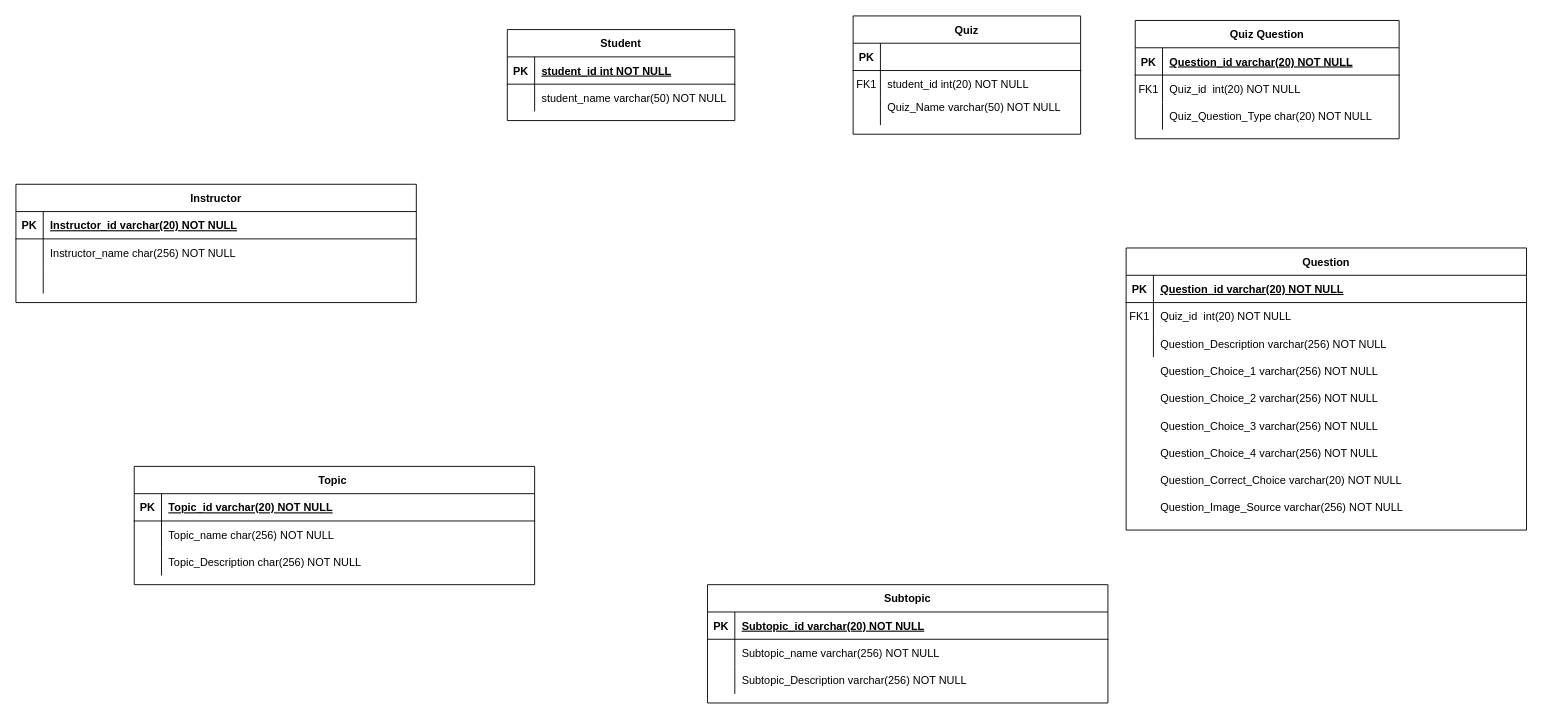
Before: Assessment_1.drawio in ahmadanwar93/SET-Day-20, a draw.io diagram. Source tidied: cells renumbered, new cells numbered last; positions are measured from the earlier drawing's top-left corner, leaving out a move shared by most shapes. Both pictures are drawn from the tidied source at 91%, with x=0, y=0 at pixel (15, 15).
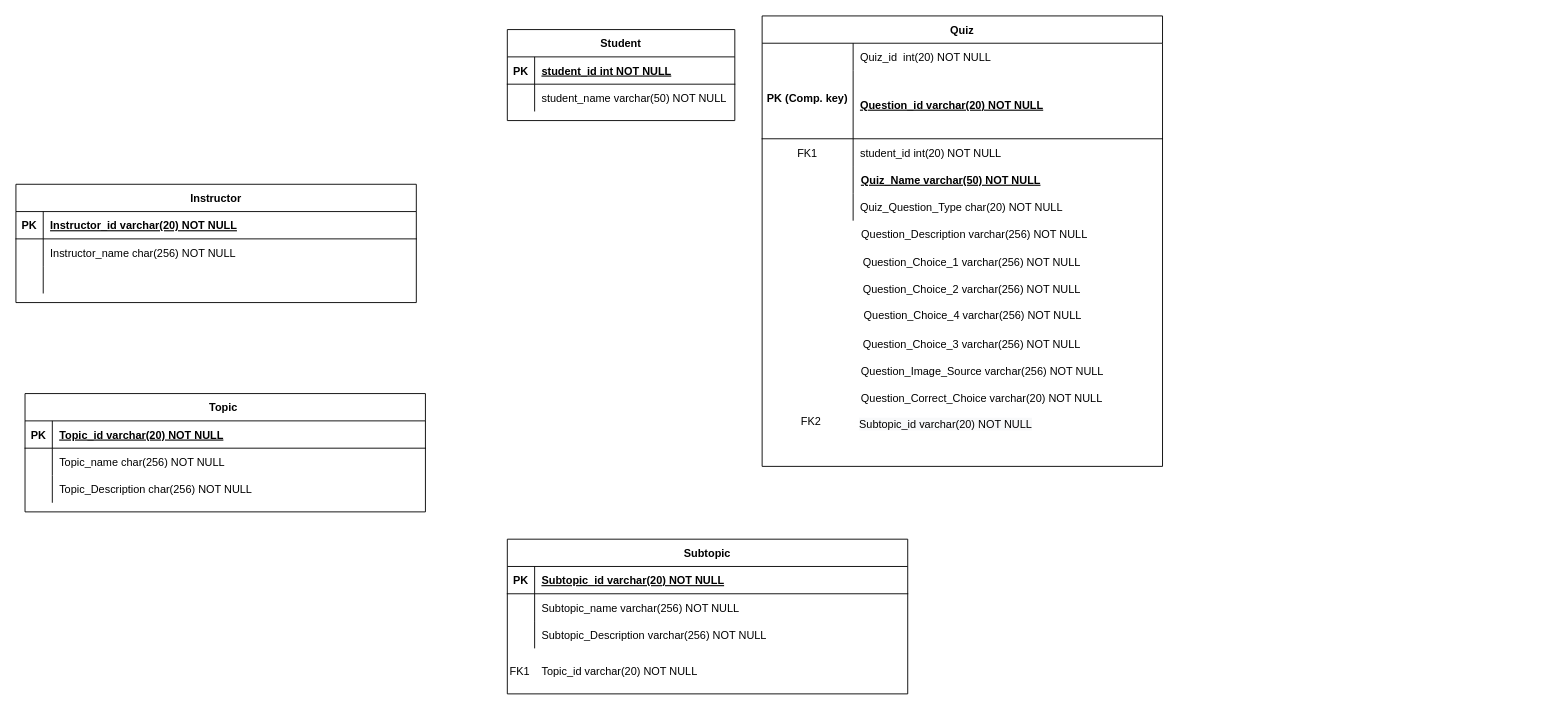
The same diagram, later.

Diff of the diagram source:
```diff
@@
     <mxCell id="2" value="Quiz" style="shape=table;startSize=30;childLayout=tableLayout;rowLines=0;fontStyle=1;align=center;" parent="1" vertex="1">
-      <mxGeometry x="920" width="250" height="130" as="geometry" />
+      <mxGeometry x="820" width="440" height="495" as="geometry" />
     </mxCell>
+    <mxCell id="16" style="shape=partialRectangle;fillColor=none;top=0;left=0;right=0;bottom=0;" parent="2" vertex="1">
+      <mxGeometry y="30" width="440" height="30" as="geometry" />
+    </mxCell>
+    <mxCell id="17" style="shape=partialRectangle;overflow=hidden;fillColor=none;top=0;left=0;bottom=0;right=0;" parent="16" vertex="1">
+      <mxGeometry width="100" height="30" as="geometry" />
+    </mxCell>
+    <mxCell id="18" value="Quiz_id  int(20) NOT NULL" style="shape=partialRectangle;overflow=hidden;fillColor=none;top=0;left=0;bottom=0;right=0;align=left;spacingLeft=6;" parent="16" vertex="1">
+      <mxGeometry x="100" width="340" height="30" as="geometry" />
+    </mxCell>
     <mxCell id="3" style="shape=partialRectangle;fillColor=none;top=0;left=0;right=0;bottom=1;" parent="2" vertex="1">
-      <mxGeometry y="30" width="250" height="30" as="geometry" />
+      <mxGeometry y="60" width="440" height="75" as="geometry" />
     </mxCell>
-    <mxCell id="4" value="PK" style="shape=partialRectangle;overflow=hidden;fillColor=none;top=0;left=0;bottom=0;right=0;fontStyle=1;" parent="3" vertex="1">
-      <mxGeometry width="30" height="30" as="geometry" />
+    <mxCell id="4" value="PK (Comp. key)&#10;" style="shape=partialRectangle;overflow=hidden;fillColor=none;top=0;left=0;bottom=0;right=0;fontStyle=1;" parent="3" vertex="1">
+      <mxGeometry width="100" height="75" as="geometry" />
     </mxCell>
-    <mxCell id="5" style="shape=partialRectangle;overflow=hidden;fillColor=none;top=0;left=0;bottom=0;right=0;align=left;spacingLeft=6;fontStyle=5;" parent="3" vertex="1">
-      <mxGeometry x="30" width="220" height="30" as="geometry" />
+    <mxCell id="5" value="Question_id varchar(20) NOT NULL" style="shape=partialRectangle;overflow=hidden;fillColor=none;top=0;left=0;bottom=0;right=0;align=left;spacingLeft=6;fontStyle=5;" parent="3" vertex="1">
+      <mxGeometry x="100" width="340" height="75" as="geometry" />
     </mxCell>
     <mxCell id="6" style="shape=partialRectangle;fillColor=none;top=0;left=0;right=0;bottom=0;" parent="2" vertex="1">
-      <mxGeometry y="60" width="250" height="30" as="geometry" />
+      <mxGeometry y="135" width="440" height="30" as="geometry" />
     </mxCell>
     <mxCell id="7" value="FK1" style="shape=partialRectangle;overflow=hidden;fillColor=none;top=0;left=0;bottom=0;right=0;" parent="6" vertex="1">
-      <mxGeometry width="30" height="30" as="geometry" />
+      <mxGeometry width="100" height="30" as="geometry" />
     </mxCell>
     <mxCell id="8" value="student_id int(20) NOT NULL" style="shape=partialRectangle;overflow=hidden;fillColor=none;top=0;left=0;bottom=0;right=0;align=left;spacingLeft=6;" parent="6" vertex="1">
-      <mxGeometry x="30" width="220" height="30" as="geometry" />
+      <mxGeometry x="100" width="340" height="30" as="geometry" />
     </mxCell>
     <mxCell id="9" style="shape=partialRectangle;fillColor=none;top=0;left=0;right=0;bottom=0;" parent="2" vertex="1">
-      <mxGeometry y="90" width="250" height="30" as="geometry" />
+      <mxGeometry y="165" width="440" height="30" as="geometry" />
     </mxCell>
     <mxCell id="10" style="shape=partialRectangle;overflow=hidden;fillColor=none;top=0;left=0;bottom=0;right=0;" parent="9" vertex="1">
-      <mxGeometry width="30" height="30" as="geometry" />
+      <mxGeometry width="100" height="30" as="geometry" />
     </mxCell>
     <mxCell id="11" style="shape=partialRectangle;overflow=hidden;fillColor=none;top=0;left=0;bottom=0;right=0;align=left;spacingLeft=6;" parent="9" vertex="1">
-      <mxGeometry x="30" width="220" height="30" as="geometry" />
+      <mxGeometry x="100" width="340" height="30" as="geometry" />
     </mxCell>
-    <mxCell id="12" value="Quiz Question" style="shape=table;startSize=30;childLayout=tableLayout;rowLines=0;fontStyle=1;align=center;" parent="1" vertex="1">
-      <mxGeometry x="1230" y="5" width="290" height="130" as="geometry" />
-    </mxCell>
-    <mxCell id="13" style="shape=partialRectangle;fillColor=none;top=0;left=0;right=0;bottom=1;" parent="12" vertex="1">
-      <mxGeometry y="30" width="290" height="30" as="geometry" />
-    </mxCell>
-    <mxCell id="14" value="PK" style="shape=partialRectangle;overflow=hidden;fillColor=none;top=0;left=0;bottom=0;right=0;fontStyle=1;" parent="13" vertex="1">
-      <mxGeometry width="30" height="30" as="geometry" />
-    </mxCell>
-    <mxCell id="15" value="Question_id varchar(20) NOT NULL " style="shape=partialRectangle;overflow=hidden;fillColor=none;top=0;left=0;bottom=0;right=0;align=left;spacingLeft=6;fontStyle=5;" parent="13" vertex="1">
-      <mxGeometry x="30" width="260" height="30" as="geometry" />
-    </mxCell>
-    <mxCell id="16" style="shape=partialRectangle;fillColor=none;top=0;left=0;right=0;bottom=0;" parent="12" vertex="1">
-      <mxGeometry y="60" width="290" height="30" as="geometry" />
-    </mxCell>
-    <mxCell id="17" value="FK1" style="shape=partialRectangle;overflow=hidden;fillColor=none;top=0;left=0;bottom=0;right=0;" parent="16" vertex="1">
-      <mxGeometry width="30" height="30" as="geometry" />
-    </mxCell>
-    <mxCell id="18" value="Quiz_id  int(20) NOT NULL" style="shape=partialRectangle;overflow=hidden;fillColor=none;top=0;left=0;bottom=0;right=0;align=left;spacingLeft=6;" parent="16" vertex="1">
-      <mxGeometry x="30" width="260" height="30" as="geometry" />
-    </mxCell>
-    <mxCell id="19" style="shape=partialRectangle;fillColor=none;top=0;left=0;right=0;bottom=0;" parent="12" vertex="1">
-      <mxGeometry y="90" width="290" height="30" as="geometry" />
+    <mxCell id="19" style="shape=partialRectangle;fillColor=none;top=0;left=0;right=0;bottom=0;" parent="2" vertex="1">
+      <mxGeometry y="195" width="440" height="30" as="geometry" />
     </mxCell>
     <mxCell id="20" style="shape=partialRectangle;overflow=hidden;fillColor=none;top=0;left=0;bottom=0;right=0;" parent="19" vertex="1">
-      <mxGeometry width="30" height="30" as="geometry" />
+      <mxGeometry width="100" height="30" as="geometry" />
     </mxCell>
     <mxCell id="21" value="Quiz_Question_Type char(20) NOT NULL" style="shape=partialRectangle;overflow=hidden;fillColor=none;top=0;left=0;bottom=0;right=0;align=left;spacingLeft=6;" parent="19" vertex="1">
-      <mxGeometry x="30" width="260" height="30" as="geometry" />
+      <mxGeometry x="100" width="340" height="30" as="geometry" />
     </mxCell>
@@
-    <mxCell id="29" value="Quiz_Name varchar(50) NOT NULL" style="shape=partialRectangle;overflow=hidden;fillColor=none;top=0;left=0;bottom=0;right=0;align=left;spacingLeft=6;fontStyle=0;" parent="1" vertex="1">
-      <mxGeometry x="950" y="85" width="220" height="30" as="geometry" />
+    <mxCell id="29" value="Quiz_Name varchar(50) NOT NULL" style="shape=partialRectangle;overflow=hidden;fillColor=none;top=0;left=0;bottom=0;right=0;align=left;spacingLeft=6;fontStyle=5;" parent="1" vertex="1">
+      <mxGeometry x="921" y="165" width="220" height="30" as="geometry" />
     </mxCell>
-    <mxCell id="30" value="Question" style="shape=table;startSize=30;childLayout=tableLayout;rowLines=0;fontStyle=1;align=center;" parent="1" vertex="1">
-      <mxGeometry x="1220" y="255" width="440" height="310" as="geometry" />
-    </mxCell>
-    <mxCell id="31" style="shape=partialRectangle;fillColor=none;top=0;left=0;right=0;bottom=1;" parent="30" vertex="1">
-      <mxGeometry y="30" width="440" height="30" as="geometry" />
-    </mxCell>
-    <mxCell id="32" value="PK" style="shape=partialRectangle;overflow=hidden;fillColor=none;top=0;left=0;bottom=0;right=0;fontStyle=1;" parent="31" vertex="1">
-      <mxGeometry width="30" height="30" as="geometry" />
-    </mxCell>
-    <mxCell id="33" value="Question_id varchar(20) NOT NULL " style="shape=partialRectangle;overflow=hidden;fillColor=none;top=0;left=0;bottom=0;right=0;align=left;spacingLeft=6;fontStyle=5;" parent="31" vertex="1">
-      <mxGeometry x="30" width="410" height="30" as="geometry" />
-    </mxCell>
-    <mxCell id="34" style="shape=partialRectangle;fillColor=none;top=0;left=0;right=0;bottom=0;" parent="30" vertex="1">
-      <mxGeometry y="60" width="440" height="30" as="geometry" />
-    </mxCell>
-    <mxCell id="35" value="FK1" style="shape=partialRectangle;overflow=hidden;fillColor=none;top=0;left=0;bottom=0;right=0;" parent="34" vertex="1">
-      <mxGeometry width="30" height="30" as="geometry" />
-    </mxCell>
-    <mxCell id="36" value="Quiz_id  int(20) NOT NULL" style="shape=partialRectangle;overflow=hidden;fillColor=none;top=0;left=0;bottom=0;right=0;align=left;spacingLeft=6;" parent="34" vertex="1">
-      <mxGeometry x="30" width="410" height="30" as="geometry" />
-    </mxCell>
-    <mxCell id="37" style="shape=partialRectangle;fillColor=none;top=0;left=0;right=0;bottom=0;" parent="30" vertex="1">
-      <mxGeometry y="90" width="440" height="30" as="geometry" />
-    </mxCell>
-    <mxCell id="38" style="shape=partialRectangle;overflow=hidden;fillColor=none;top=0;left=0;bottom=0;right=0;" parent="37" vertex="1">
-      <mxGeometry width="30" height="30" as="geometry" />
-    </mxCell>
-    <mxCell id="39" value="Question_Description varchar(256) NOT NULL" style="shape=partialRectangle;overflow=hidden;fillColor=none;top=0;left=0;bottom=0;right=0;align=left;spacingLeft=6;" parent="37" vertex="1">
-      <mxGeometry x="30" width="410" height="30" as="geometry" />
-    </mxCell>
     <mxCell id="40" value="Question_Choice_1 varchar(256) NOT NULL" style="shape=partialRectangle;overflow=hidden;fillColor=none;top=0;left=0;bottom=0;right=0;align=left;spacingLeft=6;" parent="1" vertex="1">
-      <mxGeometry x="1250" y="375" width="410" height="30" as="geometry" />
+      <mxGeometry x="923" y="255" width="301" height="30" as="geometry" />
     </mxCell>
     <mxCell id="41" value="Question_Choice_2 varchar(256) NOT NULL" style="shape=partialRectangle;overflow=hidden;fillColor=none;top=0;left=0;bottom=0;right=0;align=left;spacingLeft=6;" parent="1" vertex="1">
-      <mxGeometry x="1250" y="405" width="410" height="30" as="geometry" />
+      <mxGeometry x="923" y="285" width="301" height="30" as="geometry" />
     </mxCell>
     <mxCell id="42" value="Question_Choice_3 varchar(256) NOT NULL" style="shape=partialRectangle;overflow=hidden;fillColor=none;top=0;left=0;bottom=0;right=0;align=left;spacingLeft=6;" parent="1" vertex="1">
-      <mxGeometry x="1250" y="435" width="410" height="30" as="geometry" />
+      <mxGeometry x="923" y="345" width="301" height="30" as="geometry" />
     </mxCell>
     <mxCell id="43" value="Question_Choice_4 varchar(256) NOT NULL" style="shape=partialRectangle;overflow=hidden;fillColor=none;top=0;left=0;bottom=0;right=0;align=left;spacingLeft=6;" parent="1" vertex="1">
-      <mxGeometry x="1250" y="465" width="410" height="30" as="geometry" />
+      <mxGeometry x="924" y="314" width="261" height="30" as="geometry" />
     </mxCell>
     <mxCell id="44" value="Question_Correct_Choice varchar(20) NOT NULL" style="shape=partialRectangle;overflow=hidden;fillColor=none;top=0;left=0;bottom=0;right=0;align=left;spacingLeft=6;" parent="1" vertex="1">
-      <mxGeometry x="1250" y="495" width="410" height="30" as="geometry" />
+      <mxGeometry x="921" y="405" width="301" height="30" as="geometry" />
     </mxCell>
     <mxCell id="45" value="Question_Image_Source varchar(256) NOT NULL" style="shape=partialRectangle;overflow=hidden;fillColor=none;top=0;left=0;bottom=0;right=0;align=left;spacingLeft=6;" parent="1" vertex="1">
-      <mxGeometry x="1250" y="525" width="410" height="30" as="geometry" />
+      <mxGeometry x="921" y="375" width="301" height="30" as="geometry" />
     </mxCell>
     <mxCell id="46" value="Subtopic" style="shape=table;startSize=30;childLayout=tableLayout;rowLines=0;fontStyle=1;align=center;" parent="1" vertex="1">
-      <mxGeometry x="760" y="625" width="440" height="130" as="geometry" />
+      <mxGeometry x="540" y="575" width="440" height="170" as="geometry" />
     </mxCell>
@@
     <mxCell id="56" value="Topic " style="shape=table;startSize=30;childLayout=tableLayout;rowLines=0;fontStyle=1;align=center;" parent="1" vertex="1">
-      <mxGeometry x="130" y="495" width="440" height="130" as="geometry" />
+      <mxGeometry x="10" y="415" width="440" height="130" as="geometry" />
     </mxCell>
@@
+    <mxCell id="39" value="&lt;span style=&quot;text-align: left&quot;&gt;Question_Description varchar(256) NOT NULL&lt;/span&gt;" style="text;html=1;align=center;verticalAlign=middle;strokeColor=none;fillColor=none;" parent="1" vertex="1">
+      <mxGeometry x="923" y="231" width="260" height="20" as="geometry" />
+    </mxCell>
+    <mxCell id="76" value="Topic_id varchar(20) NOT NULL " style="shape=partialRectangle;overflow=hidden;fillColor=none;top=0;left=0;bottom=0;right=0;align=left;spacingLeft=6;fontStyle=0;" parent="1" vertex="1">
+      <mxGeometry x="570" y="705" width="410" height="30" as="geometry" />
+    </mxCell>
+    <mxCell id="35" value="FK1" style="shape=partialRectangle;overflow=hidden;fillColor=none;top=0;left=0;bottom=0;right=0;" parent="1" vertex="1">
+      <mxGeometry x="504" y="705" width="100" height="30" as="geometry" />
+    </mxCell>
+    <mxCell id="77" value="&lt;span style=&quot;color: rgb(0 , 0 , 0) ; font-family: &amp;#34;helvetica&amp;#34; ; font-size: 12px ; font-style: normal ; letter-spacing: normal ; text-align: left ; text-indent: 0px ; text-transform: none ; word-spacing: 0px ; background-color: rgb(248 , 249 , 250) ; display: inline ; float: none&quot;&gt;Subtopic_id varchar(20) NOT NULL&lt;/span&gt;" style="text;whiteSpace=wrap;html=1;" parent="1" vertex="1">
+      <mxGeometry x="925" y="435" width="230" height="30" as="geometry" />
+    </mxCell>
+    <mxCell id="78" value="FK2" style="shape=partialRectangle;overflow=hidden;fillColor=none;top=0;left=0;bottom=0;right=0;" parent="1" vertex="1">
+      <mxGeometry x="824" y="430" width="100" height="30" as="geometry" />
+    </mxCell>
```
